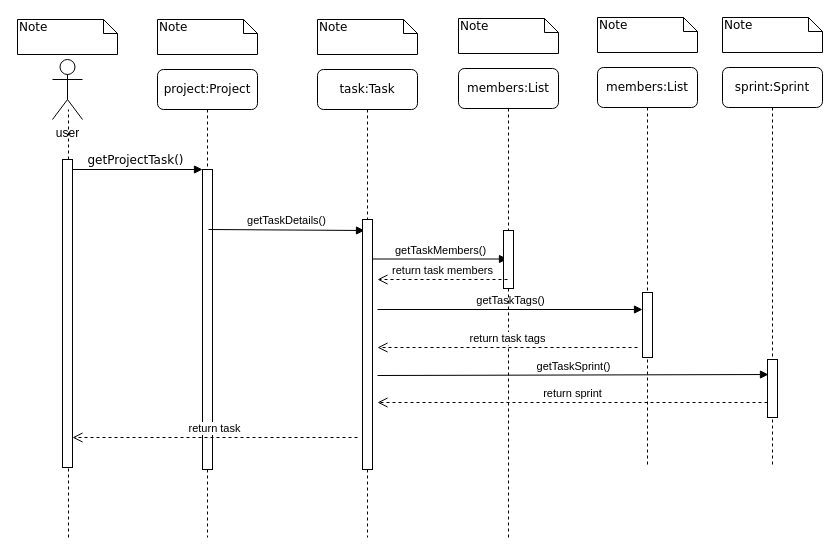
amirabbas8/ScrumOfficer keeps this draw.io diagram as Behavioral Modeling/seq diagram - task - see task details .drawio. Above is the earlier version. Source tidied: cells renumbered, new cells numbered last; positions are measured from the earlier drawing's top-left corner, leaving out a move shared by most shapes. Both pictures are drawn from the tidied source at 100%, with x=0, y=0 at pixel (17, 17).
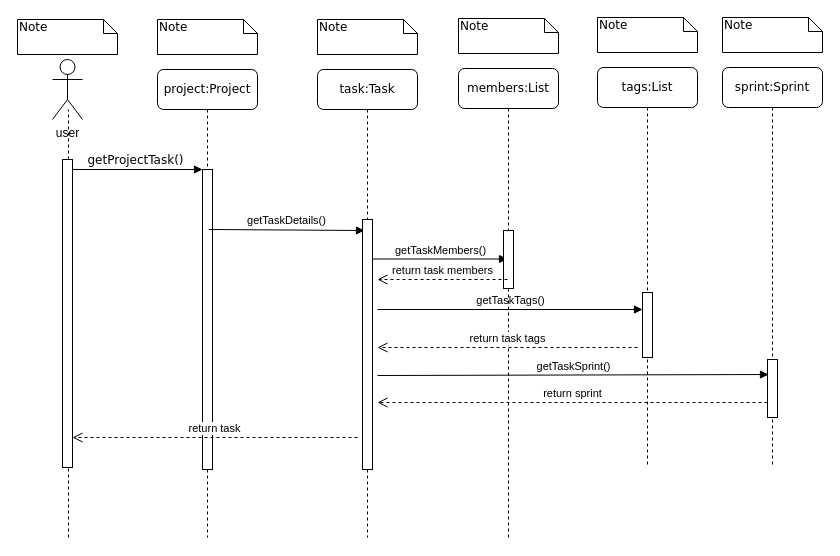
Above is the later version.

Commit message:
see task seq dgrm #21

Diff of the diagram source:
```diff
@@
-    <mxCell id="22" value="members:List&lt;br&gt;" style="shape=umlLifeline;perimeter=lifelinePerimeter;whiteSpace=wrap;html=1;rounded=1;shadow=0;comic=0;labelBackgroundColor=none;strokeColor=#000000;strokeWidth=1;fillColor=#FFFFFF;fontFamily=Verdana;fontSize=12;fontColor=#000000;align=center;" parent="1" vertex="1">
+    <mxCell id="22" value="tags:List&lt;br&gt;" style="shape=umlLifeline;perimeter=lifelinePerimeter;whiteSpace=wrap;html=1;rounded=1;shadow=0;comic=0;labelBackgroundColor=none;strokeColor=#000000;strokeWidth=1;fillColor=#FFFFFF;fontFamily=Verdana;fontSize=12;fontColor=#000000;align=center;" parent="1" vertex="1">
       <mxGeometry x="580" y="50" width="100" height="400" as="geometry" />
     </mxCell>
```
